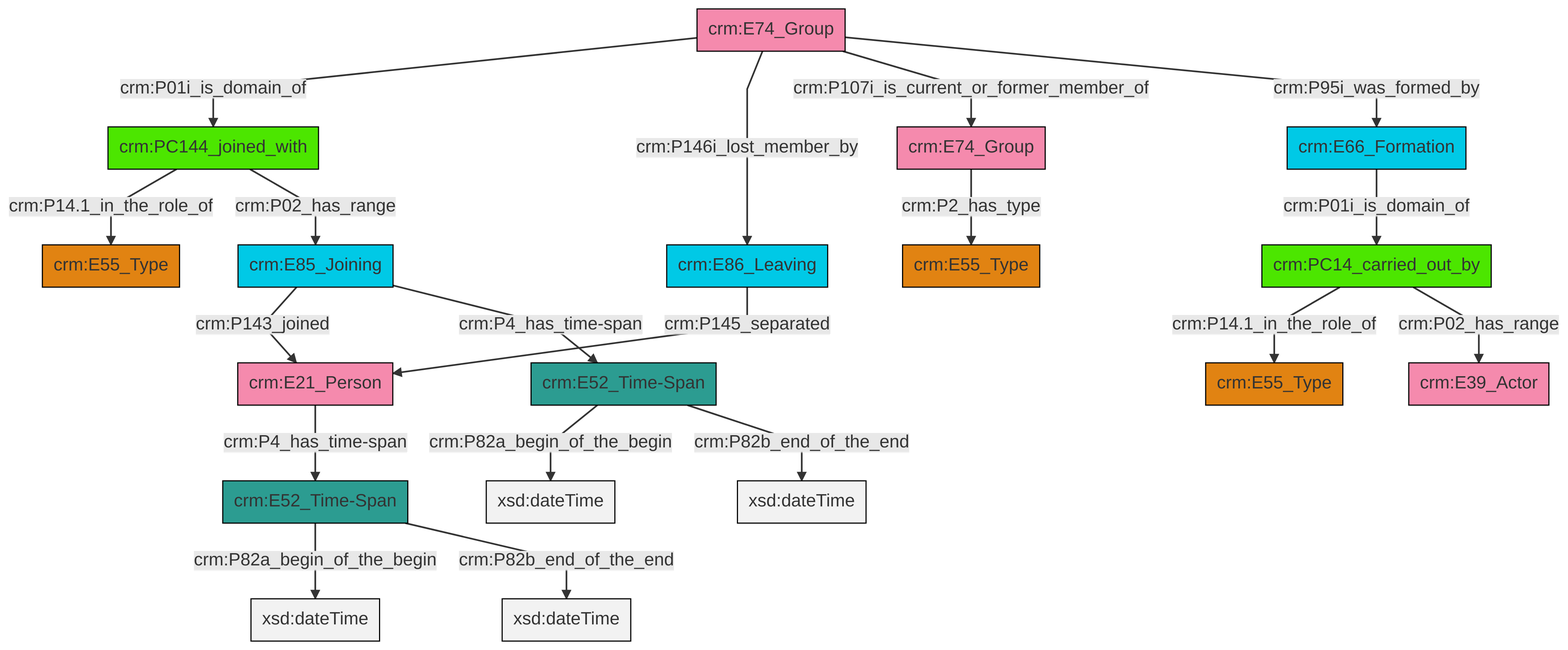
Earlier version of the Mermaid export et/groupCSV/ttl/mmd/png/group_actor_relations.png (swiss-art-research-net/docs.swissartresearch). Its source is kept beside it as et/groupCSV/ttl/mmd/group_actor_relations.ttl.mmd.
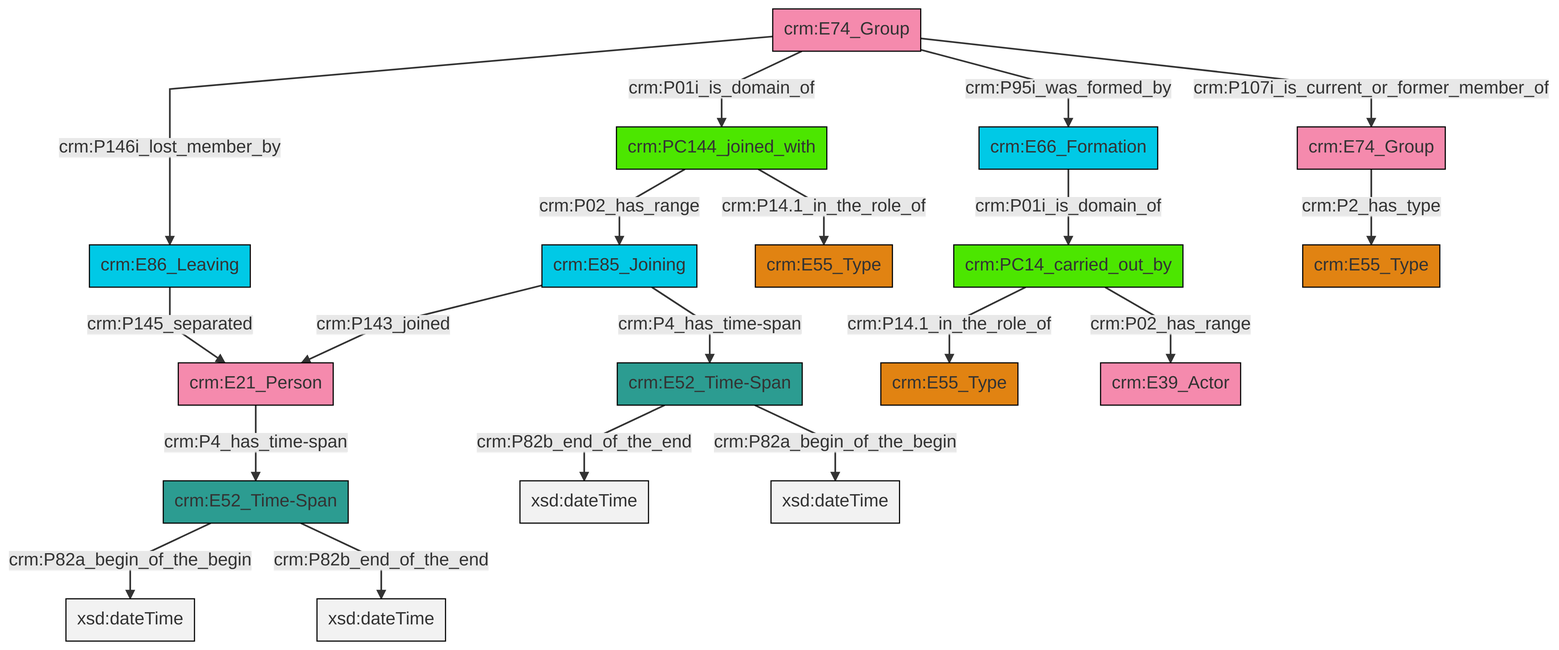
After the commit.

Change to the diagram source:
```diff
@@ -13,21 +13,21 @@
 classDef PC_Classes fill:#4ce600, stroke:#000000;
 classDef Multi fill:#cccccc,stroke:#000000;
 
-0["crm:E85_Joining"]:::Temporal_Entity -->|crm:P143_joined| 1["crm:E21_Person"]:::Actor
-2["crm:PC14_carried_out_by"]:::PC_Classes -->|crm:P14.1_in_the_role_of| 3["crm:E55_Type"]:::Type
-6["crm:E74_Group"]:::Actor -->|crm:P01i_is_domain_of| 7["crm:PC144_joined_with"]:::PC_Classes
-8["crm:E52_Time-Span"]:::Time-Span -->|crm:P82a_begin_of_the_begin| 9[xsd:dateTime]:::Literal
-8["crm:E52_Time-Span"]:::Time-Span -->|crm:P82b_end_of_the_end| 12[xsd:dateTime]:::Literal
-6["crm:E74_Group"]:::Actor -->|crm:P146i_lost_member_by| 13["crm:E86_Leaving"]:::Temporal_Entity
-19["crm:E66_Formation"]:::Temporal_Entity -->|crm:P01i_is_domain_of| 2["crm:PC14_carried_out_by"]:::PC_Classes
-7["crm:PC144_joined_with"]:::PC_Classes -->|crm:P14.1_in_the_role_of| 10["crm:E55_Type"]:::Type
-2["crm:PC14_carried_out_by"]:::PC_Classes -->|crm:P02_has_range| 21["crm:E39_Actor"]:::Actor
-22["crm:E52_Time-Span"]:::Time-Span -->|crm:P82a_begin_of_the_begin| 23[xsd:dateTime]:::Literal
-22["crm:E52_Time-Span"]:::Time-Span -->|crm:P82b_end_of_the_end| 24[xsd:dateTime]:::Literal
-6["crm:E74_Group"]:::Actor -->|crm:P107i_is_current_or_former_member_of| 17["crm:E74_Group"]:::Actor
-13["crm:E86_Leaving"]:::Temporal_Entity -->|crm:P145_separated| 1["crm:E21_Person"]:::Actor
-6["crm:E74_Group"]:::Actor -->|crm:P95i_was_formed_by| 19["crm:E66_Formation"]:::Temporal_Entity
-1["crm:E21_Person"]:::Actor -->|crm:P4_has_time-span| 8["crm:E52_Time-Span"]:::Time-Span
-0["crm:E85_Joining"]:::Temporal_Entity -->|crm:P4_has_time-span| 22["crm:E52_Time-Span"]:::Time-Span
-7["crm:PC144_joined_with"]:::PC_Classes -->|crm:P02_has_range| 0["crm:E85_Joining"]:::Temporal_Entity
-17["crm:E74_Group"]:::Actor -->|crm:P2_has_type| 26["crm:E55_Type"]:::Type
+6["crm:E66_Formation"]:::Temporal_Entity -->|crm:P01i_is_domain_of| 2["crm:PC14_carried_out_by"]:::PC_Classes
+9["crm:E52_Time-Span"]:::Time-Span -->|crm:P82a_begin_of_the_begin| 10[xsd:dateTime]:::Literal
+11["crm:E86_Leaving"]:::Temporal_Entity -->|crm:P145_separated| 7["crm:E21_Person"]:::Actor
+9["crm:E52_Time-Span"]:::Time-Span -->|crm:P82b_end_of_the_end| 14[xsd:dateTime]:::Literal
+2["crm:PC14_carried_out_by"]:::PC_Classes -->|crm:P02_has_range| 17["crm:E39_Actor"]:::Actor
+12["crm:E52_Time-Span"]:::Time-Span -->|crm:P82b_end_of_the_end| 18[xsd:dateTime]:::Literal
+19["crm:E74_Group"]:::Actor -->|crm:P2_has_type| 20["crm:E55_Type"]:::Type
+7["crm:E21_Person"]:::Actor -->|crm:P4_has_time-span| 9["crm:E52_Time-Span"]:::Time-Span
+23["crm:PC144_joined_with"]:::PC_Classes -->|crm:P02_has_range| 0["crm:E85_Joining"]:::Temporal_Entity
+24["crm:E74_Group"]:::Actor -->|crm:P146i_lost_member_by| 11["crm:E86_Leaving"]:::Temporal_Entity
+24["crm:E74_Group"]:::Actor -->|crm:P107i_is_current_or_former_member_of| 19["crm:E74_Group"]:::Actor
+24["crm:E74_Group"]:::Actor -->|crm:P95i_was_formed_by| 6["crm:E66_Formation"]:::Temporal_Entity
+0["crm:E85_Joining"]:::Temporal_Entity -->|crm:P4_has_time-span| 12["crm:E52_Time-Span"]:::Time-Span
+0["crm:E85_Joining"]:::Temporal_Entity -->|crm:P143_joined| 7["crm:E21_Person"]:::Actor
+23["crm:PC144_joined_with"]:::PC_Classes -->|crm:P14.1_in_the_role_of| 4["crm:E55_Type"]:::Type
+2["crm:PC14_carried_out_by"]:::PC_Classes -->|crm:P14.1_in_the_role_of| 15["crm:E55_Type"]:::Type
+12["crm:E52_Time-Span"]:::Time-Span -->|crm:P82a_begin_of_the_begin| 32[xsd:dateTime]:::Literal
+24["crm:E74_Group"]:::Actor -->|crm:P01i_is_domain_of| 23["crm:PC144_joined_with"]:::PC_Classes
```
